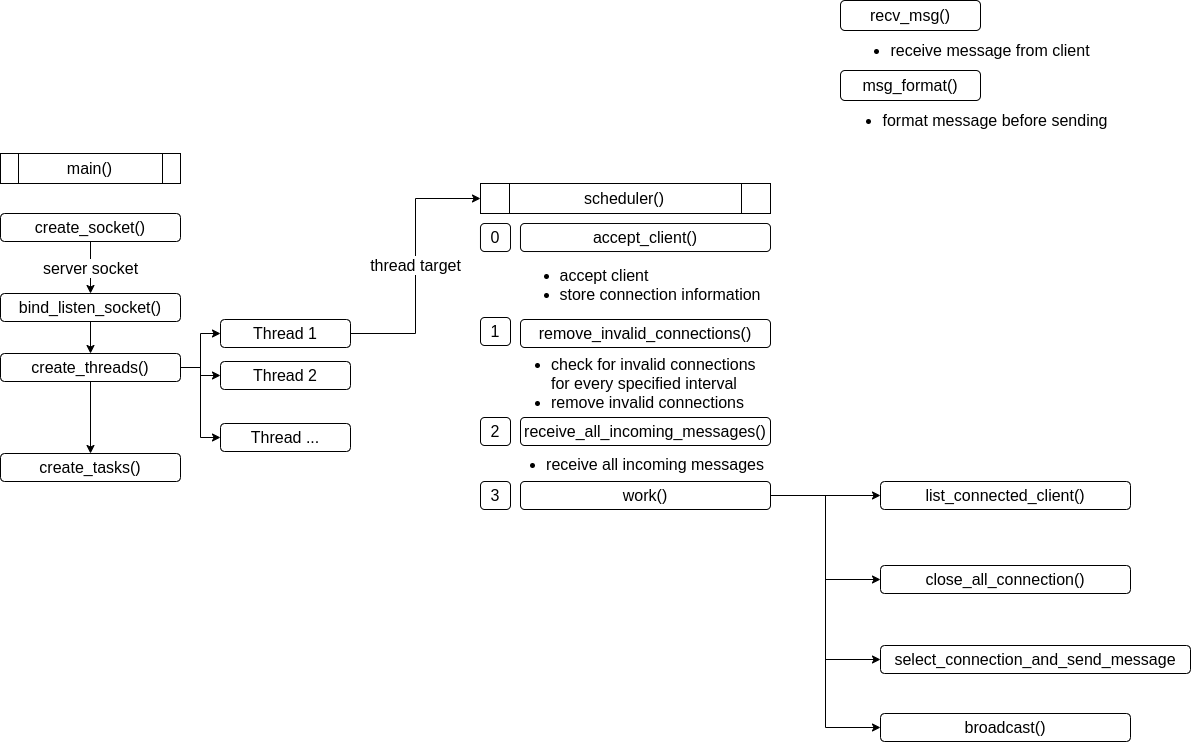
This is Chatting Bot/diagrams/chatBotServer.png from seonwoo960000/skill_stack, a draw.io export, as it was before one commit. Source tidied: cells renumbered, new cells last; positions are measured from the earlier drawing's top-left corner, leaving out a move shared by most shapes. Source of this version:
```xml
<mxGraphModel>
  <root>
    <mxCell id="0" />
    <mxCell id="1" parent="0" />
    <mxCell id="2" value="main()" style="shape=process;whiteSpace=wrap;html=1;backgroundOutline=1;fontSize=16;align=center;" parent="1" vertex="1">
      <mxGeometry y="153" width="180" height="30" as="geometry" />
    </mxCell>
    <mxCell id="3" value="server socket" style="edgeStyle=orthogonalEdgeStyle;rounded=0;jettySize=auto;html=1;exitX=0.5;exitY=1;exitDx=0;exitDy=0;fontSize=16;" parent="1" edge="1" source="4" target="6">
      <mxGeometry relative="1" as="geometry" />
    </mxCell>
    <mxCell id="4" value="create_socket()" style="rounded=1;whiteSpace=wrap;html=1;fontSize=16;align=center;" parent="1" vertex="1">
      <mxGeometry y="213" width="180" height="28" as="geometry" />
    </mxCell>
    <mxCell id="5" style="edgeStyle=orthogonalEdgeStyle;rounded=0;jettySize=auto;html=1;exitX=0.5;exitY=1;exitDx=0;exitDy=0;fontSize=16;" parent="1" edge="1" source="6" target="12">
      <mxGeometry relative="1" as="geometry" />
    </mxCell>
    <mxCell id="6" value="bind_listen_socket()" style="rounded=1;whiteSpace=wrap;html=1;fontSize=16;align=center;" parent="1" vertex="1">
      <mxGeometry y="293" width="180" height="28" as="geometry" />
    </mxCell>
    <mxCell id="7" value="create_tasks()" style="rounded=1;whiteSpace=wrap;html=1;fontSize=16;align=center;" parent="1" vertex="1">
      <mxGeometry y="453" width="180" height="28" as="geometry" />
    </mxCell>
    <mxCell id="8" style="edgeStyle=orthogonalEdgeStyle;rounded=0;jettySize=auto;html=1;exitX=0.5;exitY=1;exitDx=0;exitDy=0;entryX=0.5;entryY=0;entryDx=0;entryDy=0;fontSize=16;" parent="1" edge="1" source="12" target="7">
      <mxGeometry relative="1" as="geometry" />
    </mxCell>
    <mxCell id="9" style="edgeStyle=orthogonalEdgeStyle;rounded=0;jettySize=auto;html=1;exitX=1;exitY=0.5;exitDx=0;exitDy=0;entryX=0;entryY=0.5;entryDx=0;entryDy=0;fontSize=16;" parent="1" edge="1" source="12" target="18">
      <mxGeometry relative="1" as="geometry" />
    </mxCell>
    <mxCell id="10" style="edgeStyle=orthogonalEdgeStyle;rounded=0;jettySize=auto;html=1;exitX=1;exitY=0.5;exitDx=0;exitDy=0;fontSize=16;" parent="1" edge="1" source="12" target="19">
      <mxGeometry relative="1" as="geometry" />
    </mxCell>
    <mxCell id="11" style="edgeStyle=orthogonalEdgeStyle;rounded=0;jettySize=auto;html=1;exitX=1;exitY=0.5;exitDx=0;exitDy=0;entryX=0;entryY=0.5;entryDx=0;entryDy=0;fontSize=16;" parent="1" edge="1" source="12" target="20">
      <mxGeometry relative="1" as="geometry" />
    </mxCell>
    <mxCell id="12" value="create_threads()" style="rounded=1;whiteSpace=wrap;html=1;fontSize=16;align=center;" parent="1" vertex="1">
      <mxGeometry y="353" width="180" height="28" as="geometry" />
    </mxCell>
    <mxCell id="13" value="recv_msg()" style="rounded=1;whiteSpace=wrap;html=1;fontSize=16;align=center;" parent="1" vertex="1">
      <mxGeometry x="840" width="140" height="30" as="geometry" />
    </mxCell>
    <mxCell id="14" value="msg_format()" style="rounded=1;whiteSpace=wrap;html=1;fontSize=16;align=center;" parent="1" vertex="1">
      <mxGeometry x="840" y="70" width="140" height="30" as="geometry" />
    </mxCell>
    <mxCell id="15" value="&lt;ul&gt;&lt;li&gt;receive message from client&lt;/li&gt;&lt;/ul&gt;" style="text;html=1;strokeColor=none;fillColor=none;align=center;verticalAlign=middle;whiteSpace=wrap;rounded=0;fontSize=16;" parent="1" vertex="1">
      <mxGeometry x="840" y="40" width="260" height="20" as="geometry" />
    </mxCell>
    <mxCell id="16" value="&lt;ul&gt;&lt;li&gt;format message before sending&lt;/li&gt;&lt;/ul&gt;" style="text;html=1;strokeColor=none;fillColor=none;align=center;verticalAlign=middle;whiteSpace=wrap;rounded=0;fontSize=16;" parent="1" vertex="1">
      <mxGeometry x="840" y="110" width="270" height="20" as="geometry" />
    </mxCell>
    <mxCell id="17" value="thread target" style="edgeStyle=orthogonalEdgeStyle;rounded=0;jettySize=auto;html=1;exitX=1;exitY=0.5;exitDx=0;exitDy=0;entryX=0;entryY=0.5;entryDx=0;entryDy=0;fontSize=16;" parent="1" edge="1" source="18" target="21">
      <mxGeometry relative="1" as="geometry" />
    </mxCell>
    <mxCell id="18" value="Thread 1" style="rounded=1;whiteSpace=wrap;html=1;fontSize=16;align=center;" parent="1" vertex="1">
      <mxGeometry x="220" y="319" width="130" height="28" as="geometry" />
    </mxCell>
    <mxCell id="19" value="Thread 2" style="rounded=1;whiteSpace=wrap;html=1;fontSize=16;align=center;" parent="1" vertex="1">
      <mxGeometry x="220" y="361" width="130" height="28" as="geometry" />
    </mxCell>
    <mxCell id="20" value="Thread ..." style="rounded=1;whiteSpace=wrap;html=1;fontSize=16;align=center;" parent="1" vertex="1">
      <mxGeometry x="220" y="423" width="130" height="28" as="geometry" />
    </mxCell>
    <mxCell id="21" value="scheduler()" style="shape=process;whiteSpace=wrap;html=1;backgroundOutline=1;fontSize=16;align=center;" parent="1" vertex="1">
      <mxGeometry x="480" y="183" width="290" height="30" as="geometry" />
    </mxCell>
    <mxCell id="22" value="accept_client()" style="rounded=1;whiteSpace=wrap;html=1;fontSize=16;align=center;" parent="1" vertex="1">
      <mxGeometry x="520" y="223" width="250" height="28" as="geometry" />
    </mxCell>
    <mxCell id="23" value="receive_all_incoming_messages()" style="rounded=1;whiteSpace=wrap;html=1;fontSize=16;align=center;" parent="1" vertex="1">
      <mxGeometry x="520" y="417" width="250" height="28" as="geometry" />
    </mxCell>
    <mxCell id="24" value="remove_invalid_connections()" style="rounded=1;whiteSpace=wrap;html=1;fontSize=16;align=center;" parent="1" vertex="1">
      <mxGeometry x="520" y="319" width="250" height="28" as="geometry" />
    </mxCell>
    <mxCell id="25" style="edgeStyle=orthogonalEdgeStyle;rounded=0;jettySize=auto;html=1;exitX=1;exitY=0.5;exitDx=0;exitDy=0;fontSize=16;" parent="1" edge="1" source="29" target="37">
      <mxGeometry relative="1" as="geometry" />
    </mxCell>
    <mxCell id="26" style="edgeStyle=orthogonalEdgeStyle;rounded=0;jettySize=auto;html=1;exitX=1;exitY=0.5;exitDx=0;exitDy=0;entryX=0;entryY=0.5;entryDx=0;entryDy=0;fontSize=16;" parent="1" edge="1" source="29" target="39">
      <mxGeometry relative="1" as="geometry" />
    </mxCell>
    <mxCell id="27" style="edgeStyle=orthogonalEdgeStyle;rounded=0;jettySize=auto;html=1;exitX=1;exitY=0.5;exitDx=0;exitDy=0;entryX=0;entryY=0.5;entryDx=0;entryDy=0;fontSize=16;" parent="1" edge="1" source="29" target="40">
      <mxGeometry relative="1" as="geometry" />
    </mxCell>
    <mxCell id="28" style="edgeStyle=orthogonalEdgeStyle;rounded=0;jettySize=auto;html=1;exitX=1;exitY=0.5;exitDx=0;exitDy=0;entryX=0;entryY=0.5;entryDx=0;entryDy=0;fontSize=16;" parent="1" edge="1" source="29" target="38">
      <mxGeometry relative="1" as="geometry" />
    </mxCell>
    <mxCell id="29" value="work()" style="rounded=1;whiteSpace=wrap;html=1;fontSize=16;align=center;" parent="1" vertex="1">
      <mxGeometry x="520" y="481" width="250" height="28" as="geometry" />
    </mxCell>
    <mxCell id="30" value="0" style="rounded=1;whiteSpace=wrap;html=1;fontSize=16;align=center;" parent="1" vertex="1">
      <mxGeometry x="480" y="223" width="30" height="28" as="geometry" />
    </mxCell>
    <mxCell id="31" value="1" style="rounded=1;whiteSpace=wrap;html=1;fontSize=16;align=center;" parent="1" vertex="1">
      <mxGeometry x="480" y="317" width="30" height="28" as="geometry" />
    </mxCell>
    <mxCell id="32" value="2" style="rounded=1;whiteSpace=wrap;html=1;fontSize=16;align=center;" parent="1" vertex="1">
      <mxGeometry x="480" y="417" width="30" height="28" as="geometry" />
    </mxCell>
    <mxCell id="33" value="3" style="rounded=1;whiteSpace=wrap;html=1;fontSize=16;align=center;" parent="1" vertex="1">
      <mxGeometry x="480" y="481" width="30" height="28" as="geometry" />
    </mxCell>
    <mxCell id="34" value="&lt;div style=&quot;text-align: left&quot;&gt;&lt;ul&gt;&lt;li&gt;&lt;span&gt;accept client&amp;nbsp;&lt;/span&gt;&lt;/li&gt;&lt;li&gt;&lt;span&gt;store connection information&lt;/span&gt;&lt;/li&gt;&lt;/ul&gt;&lt;/div&gt;" style="text;html=1;strokeColor=none;fillColor=none;align=center;verticalAlign=middle;whiteSpace=wrap;rounded=0;fontSize=16;" parent="1" vertex="1">
      <mxGeometry x="510" y="254.5" width="260" height="60" as="geometry" />
    </mxCell>
    <mxCell id="35" value="&lt;div style=&quot;text-align: left&quot;&gt;&lt;ul&gt;&lt;li&gt;check for invalid connections for every specified interval&lt;/li&gt;&lt;li&gt;remove invalid connections&lt;/li&gt;&lt;/ul&gt;&lt;/div&gt;" style="text;html=1;strokeColor=none;fillColor=none;align=center;verticalAlign=middle;whiteSpace=wrap;rounded=0;fontSize=16;" parent="1" vertex="1">
      <mxGeometry x="510" y="349" width="260" height="68" as="geometry" />
    </mxCell>
    <mxCell id="36" value="&lt;div style=&quot;text-align: left&quot;&gt;&lt;ul&gt;&lt;li&gt;receive all incoming messages&lt;/li&gt;&lt;/ul&gt;&lt;/div&gt;" style="text;html=1;strokeColor=none;fillColor=none;align=center;verticalAlign=middle;whiteSpace=wrap;rounded=0;fontSize=16;" parent="1" vertex="1">
      <mxGeometry x="500" y="445" width="270" height="38" as="geometry" />
    </mxCell>
    <mxCell id="37" value="list_connected_client()" style="rounded=1;whiteSpace=wrap;html=1;fontSize=16;align=center;" parent="1" vertex="1">
      <mxGeometry x="880" y="481" width="250" height="28" as="geometry" />
    </mxCell>
    <mxCell id="38" value="close_all_connection()" style="rounded=1;whiteSpace=wrap;html=1;fontSize=16;align=center;" parent="1" vertex="1">
      <mxGeometry x="880" y="565" width="250" height="28" as="geometry" />
    </mxCell>
    <mxCell id="39" value="select_connection_and_send_message" style="rounded=1;whiteSpace=wrap;html=1;fontSize=16;align=center;" parent="1" vertex="1">
      <mxGeometry x="880" y="645" width="310" height="28" as="geometry" />
    </mxCell>
    <mxCell id="40" value="broadcast()" style="rounded=1;whiteSpace=wrap;html=1;fontSize=16;align=center;" parent="1" vertex="1">
      <mxGeometry x="880" y="713" width="250" height="28" as="geometry" />
    </mxCell>
  </root>
</mxGraphModel>
```
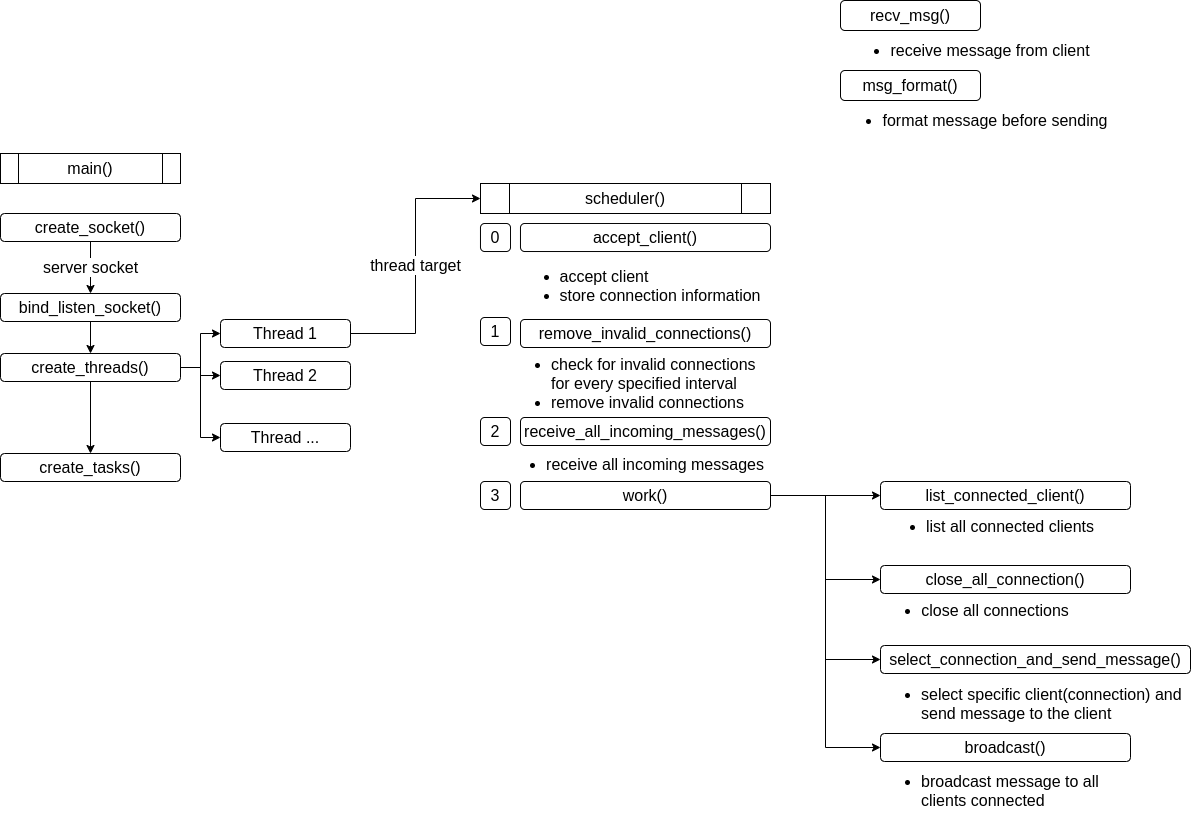
Above is the later version.

What changed in the source:
```diff
@@ -74,9 +74,9 @@
     <mxCell id="25" style="edgeStyle=orthogonalEdgeStyle;rounded=0;jettySize=auto;html=1;exitX=1;exitY=0.5;exitDx=0;exitDy=0;fontSize=16;" parent="1" edge="1" source="29" target="37">
       <mxGeometry relative="1" as="geometry" />
     </mxCell>
-    <mxCell id="26" style="edgeStyle=orthogonalEdgeStyle;rounded=0;jettySize=auto;html=1;exitX=1;exitY=0.5;exitDx=0;exitDy=0;entryX=0;entryY=0.5;entryDx=0;entryDy=0;fontSize=16;" parent="1" edge="1" source="29" target="39">
-      <mxGeometry relative="1" as="geometry" />
-    </mxCell>
+    <mxCell id="41" style="edgeStyle=orthogonalEdgeStyle;rounded=0;jettySize=auto;html=1;exitX=1;exitY=0.5;exitDx=0;exitDy=0;entryX=0;entryY=0.5;entryDx=0;entryDy=0;fontSize=16;" parent="1" edge="1" source="29" target="42">
+      <mxGeometry relative="1" as="geometry" />
+    </mxCell>
     <mxCell id="27" style="edgeStyle=orthogonalEdgeStyle;rounded=0;jettySize=auto;html=1;exitX=1;exitY=0.5;exitDx=0;exitDy=0;entryX=0;entryY=0.5;entryDx=0;entryDy=0;fontSize=16;" parent="1" edge="1" source="29" target="40">
       <mxGeometry relative="1" as="geometry" />
     </mxCell>
@@ -113,11 +113,23 @@
     <mxCell id="38" value="close_all_connection()" style="rounded=1;whiteSpace=wrap;html=1;fontSize=16;align=center;" parent="1" vertex="1">
       <mxGeometry x="880" y="565" width="250" height="28" as="geometry" />
     </mxCell>
-    <mxCell id="39" value="select_connection_and_send_message" style="rounded=1;whiteSpace=wrap;html=1;fontSize=16;align=center;" parent="1" vertex="1">
-      <mxGeometry x="880" y="645" width="310" height="28" as="geometry" />
-    </mxCell>
+    <mxCell id="42" value="select_connection_and_send_message()" style="rounded=1;whiteSpace=wrap;html=1;fontSize=16;align=center;" parent="1" vertex="1">
+      <mxGeometry x="880" y="645" width="310" height="28" as="geometry" />
+    </mxCell>
     <mxCell id="40" value="broadcast()" style="rounded=1;whiteSpace=wrap;html=1;fontSize=16;align=center;" parent="1" vertex="1">
-      <mxGeometry x="880" y="713" width="250" height="28" as="geometry" />
+      <mxGeometry x="880" y="733" width="250" height="28" as="geometry" />
     </mxCell>
+    <mxCell id="43" value="&lt;div style=&quot;text-align: left&quot;&gt;&lt;ul&gt;&lt;li&gt;list all connected clients&lt;/li&gt;&lt;/ul&gt;&lt;/div&gt;" style="text;html=1;strokeColor=none;fillColor=none;align=center;verticalAlign=middle;whiteSpace=wrap;rounded=0;fontSize=16;" parent="1" vertex="1">
+      <mxGeometry x="880" y="509" width="220" height="34" as="geometry" />
+    </mxCell>
+    <mxCell id="44" value="&lt;div style=&quot;text-align: left&quot;&gt;&lt;ul&gt;&lt;li&gt;close all connections&lt;/li&gt;&lt;/ul&gt;&lt;/div&gt;" style="text;html=1;strokeColor=none;fillColor=none;align=center;verticalAlign=middle;whiteSpace=wrap;rounded=0;fontSize=16;" parent="1" vertex="1">
+      <mxGeometry x="880" y="593" width="190" height="34" as="geometry" />
+    </mxCell>
+    <mxCell id="45" value="&lt;div style=&quot;text-align: left&quot;&gt;&lt;ul&gt;&lt;li&gt;select specific client(connection) and send message to the client&lt;/li&gt;&lt;/ul&gt;&lt;/div&gt;" style="text;html=1;strokeColor=none;fillColor=none;align=center;verticalAlign=middle;whiteSpace=wrap;rounded=0;fontSize=16;" parent="1" vertex="1">
+      <mxGeometry x="880" y="683" width="310" height="40" as="geometry" />
+    </mxCell>
+    <mxCell id="46" value="&lt;div style=&quot;text-align: left&quot;&gt;&lt;ul&gt;&lt;li&gt;broadcast message to all clients connected&lt;/li&gt;&lt;/ul&gt;&lt;/div&gt;" style="text;html=1;strokeColor=none;fillColor=none;align=center;verticalAlign=middle;whiteSpace=wrap;rounded=0;fontSize=16;" parent="1" vertex="1">
+      <mxGeometry x="880" y="773" width="250" height="34" as="geometry" />
+    </mxCell>
   </root>
 </mxGraphModel>
```
